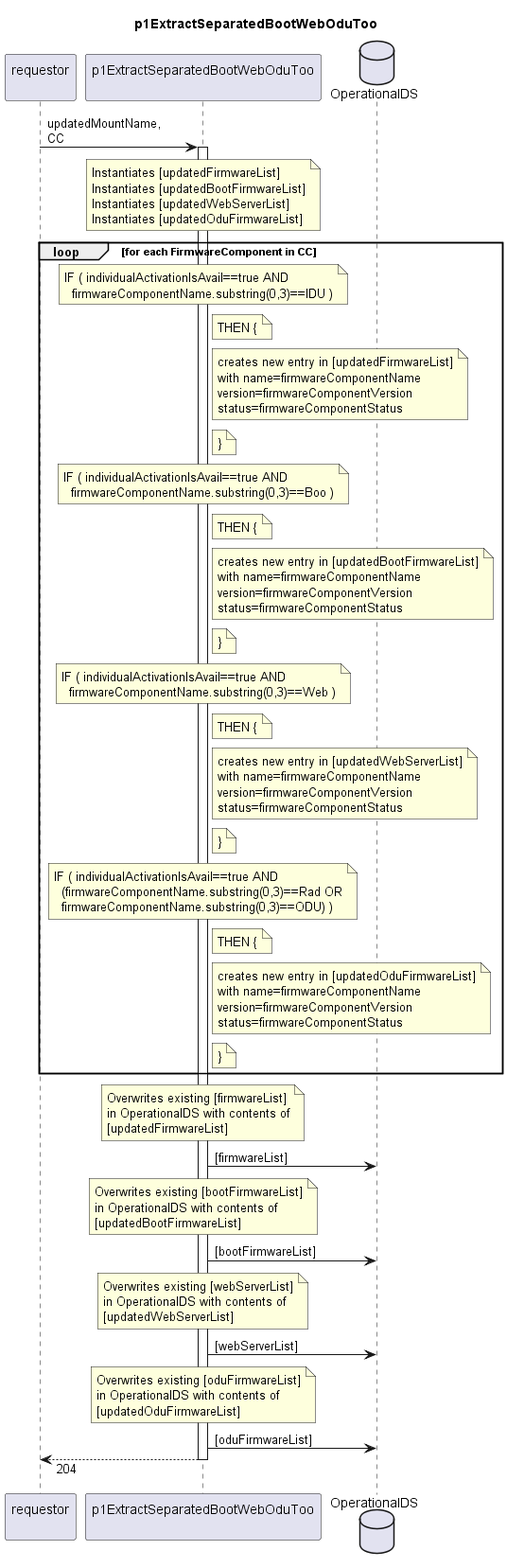
openBackhaul/FirmWareManager keeps this PlantUML diagram as spec/Functions/Measurement/p1ExtractSeparatedBootWebOduToo/1.0.0/p1ExtractSeparatedBootWebOduToo.png. Above is the earlier version. The source it was exported from:
```plantuml
@startuml p1ExtractSeparatedBootWebOduToo
skinparam responseMessageBelowArrow true

title
  p1ExtractSeparatedBootWebOduToo
end title

participant "requestor\n" as requestor
participant "p1ExtractSeparatedBootWebOduToo\n" as indServ

database "OperationalDS" as OpDS

requestor -> indServ: updatedMountName,\nCC
activate indServ

  note over indServ
    Instantiates [updatedFirmwareList]
    Instantiates [updatedBootFirmwareList]
    Instantiates [updatedWebServerList]
    Instantiates [updatedOduFirmwareList]
  end note

  loop for each FirmwareComponent in CC

    note over indServ
      IF ( individualActivationIsAvail==true AND
        firmwareComponentName.substring(0,3)==IDU )
    end note
    note right indServ
      THEN {
    end note
    note right indServ
      creates new entry in [updatedFirmwareList]
      with name=firmwareComponentName
      version=firmwareComponentVersion
      status=firmwareComponentStatus
    end note
    note right indServ
      }
    end note

    note over indServ
      IF ( individualActivationIsAvail==true AND
        firmwareComponentName.substring(0,3)==Boo )
    end note
    note right indServ
      THEN {
    end note
    note right indServ
      creates new entry in [updatedBootFirmwareList]
      with name=firmwareComponentName
      version=firmwareComponentVersion
      status=firmwareComponentStatus
    end note
    note right indServ
      }
    end note

    note over indServ
      IF ( individualActivationIsAvail==true AND
        firmwareComponentName.substring(0,3)==Web )
    end note
    note right indServ
      THEN {
    end note
    note right indServ
      creates new entry in [updatedWebServerList]
      with name=firmwareComponentName
      version=firmwareComponentVersion
      status=firmwareComponentStatus
    end note
    note right indServ
      }
    end note

    note over indServ
      IF ( individualActivationIsAvail==true AND
        (firmwareComponentName.substring(0,3)==Rad OR
        firmwareComponentName.substring(0,3)==ODU) )
    end note
    note right indServ
      THEN {
    end note
    note right indServ
      creates new entry in [updatedOduFirmwareList]
      with name=firmwareComponentName
      version=firmwareComponentVersion
      status=firmwareComponentStatus
    end note
    note right indServ
      }
    end note

  end loop

  note over indServ
    Overwrites existing [firmwareList]
    in OperationalDS with contents of
    [updatedFirmwareList]
  end note
  indServ -> OpDS: [firmwareList]

  note over indServ
    Overwrites existing [bootFirmwareList]
    in OperationalDS with contents of
    [updatedBootFirmwareList]
  end note
  indServ -> OpDS: [bootFirmwareList]

  note over indServ
    Overwrites existing [webServerList]
    in OperationalDS with contents of
    [updatedWebServerList]
  end note
  indServ -> OpDS: [webServerList]

  note over indServ
    Overwrites existing [oduFirmwareList]
    in OperationalDS with contents of
    [updatedOduFirmwareList]
  end note
  indServ -> OpDS: [oduFirmwareList]

requestor <-- indServ: 204
deactivate indServ

@enduml
```
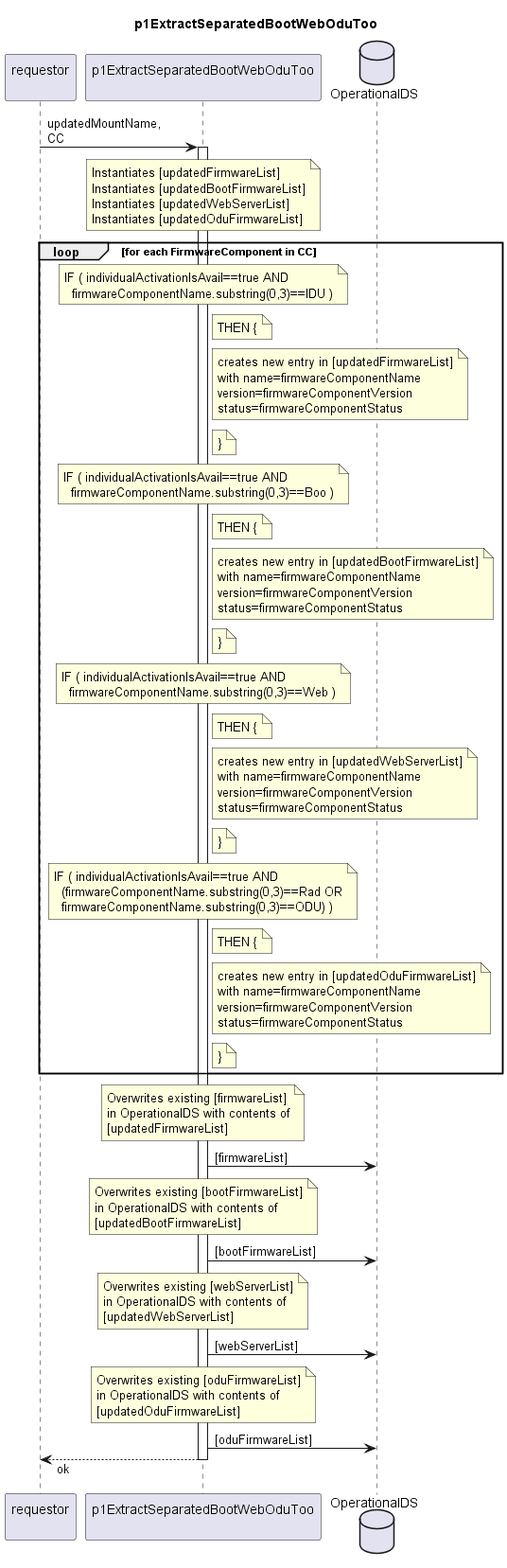
Above is the later version.

Diff of the diagram source:
```diff
@@ -121,7 +121,7 @@
   end note
   indServ -> OpDS: [oduFirmwareList]
 
-requestor <-- indServ: 204
+requestor <-- indServ: ok
 deactivate indServ
 
 @enduml
```
